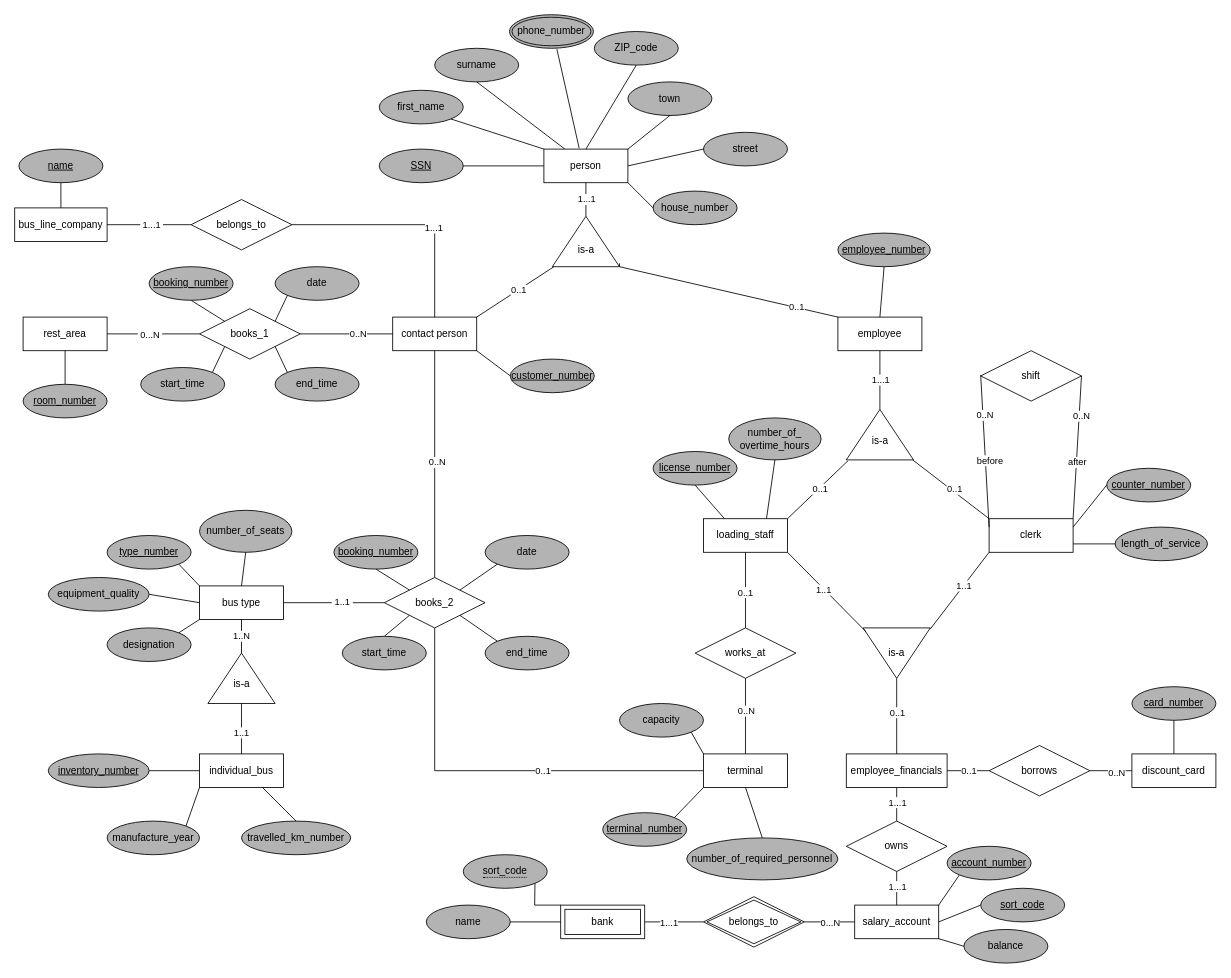
This is ERM project_group 5.drawio from Martinaeht/DBS-Projektgruppe-5_ERM, a draw.io file, before an edit. Source tidied: cells renumbered, new cells numbered last; positions are measured from the earlier drawing's top-left corner, leaving out a move shared by most shapes. Both pictures are drawn from the tidied source at 84%, with x=0, y=0 at pixel (14, 14).
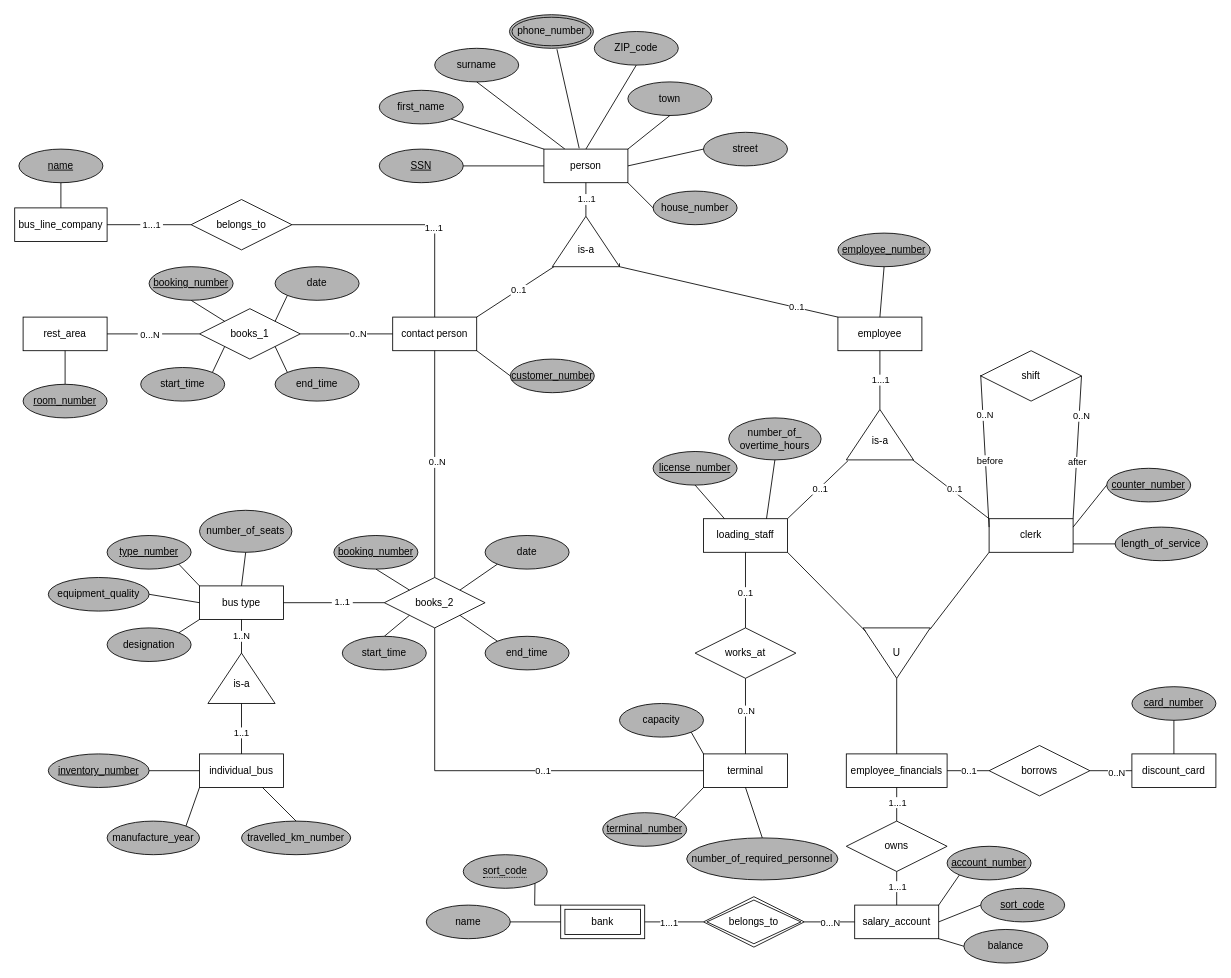
Above is the later version.

Unchanged cells that the change refers to:
```xml
<mxCell id="114" style="endArrow=none;html=1;rounded=0;exitX=1;exitY=1;exitDx=0;exitDy=0;entryX=0.067;entryY=0.963;entryDx=0;entryDy=0;entryPerimeter=0;" parent="1" edge="1" source="23" target="109">
  <mxGeometry relative="1" as="geometry" />
</mxCell>
<mxCell id="116" style="endArrow=none;html=1;rounded=0;exitX=0;exitY=1;exitDx=0;exitDy=0;entryX=0.027;entryY=0.003;entryDx=0;entryDy=0;entryPerimeter=0;" parent="1" edge="1" source="24" target="109">
  <mxGeometry relative="1" as="geometry" />
</mxCell>
<mxCell id="118" style="endArrow=none;html=1;rounded=0;exitX=0.5;exitY=0;exitDx=0;exitDy=0;entryX=1;entryY=0.5;entryDx=0;entryDy=0;" parent="1" edge="1" source="110" target="109">
  <mxGeometry relative="1" as="geometry" />
</mxCell>
```

The edit, as a diff of the source:
```diff
@@
-    <mxCell id="109" value="is-a" style="triangle;whiteSpace=wrap;html=1;rotation=90;direction=east;horizontal=0;" parent="1" vertex="1">
+    <mxCell id="109" value="U" style="triangle;whiteSpace=wrap;html=1;rotation=90;direction=east;horizontal=0;" parent="1" vertex="1">
       <mxGeometry x="1020" y="720" width="60" height="80" as="geometry" />
     </mxCell>
@@
-    <mxCell id="115" value="1..1" style="edgeLabel;html=1;align=center;verticalAlign=middle;" parent="114" vertex="1">
-      <mxGeometry x="-0.25" y="-2" relative="1" as="geometry">
-        <mxPoint x="9" y="8" as="offset" />
-      </mxGeometry>
-    </mxCell>
@@
-    <mxCell id="117" value="1..1" style="edgeLabel;html=1;align=center;verticalAlign=middle;" parent="116" vertex="1">
-      <mxGeometry x="-0.16" y="1" relative="1" as="geometry">
-        <mxPoint x="-2" y="1" as="offset" />
-      </mxGeometry>
-    </mxCell>
@@
-    <mxCell id="119" value="0..1" style="edgeLabel;html=1;align=center;verticalAlign=middle;" parent="118" vertex="1">
-      <mxGeometry x="0.2" y="2" relative="1" as="geometry">
-        <mxPoint x="2" y="4" as="offset" />
-      </mxGeometry>
-    </mxCell>
```
